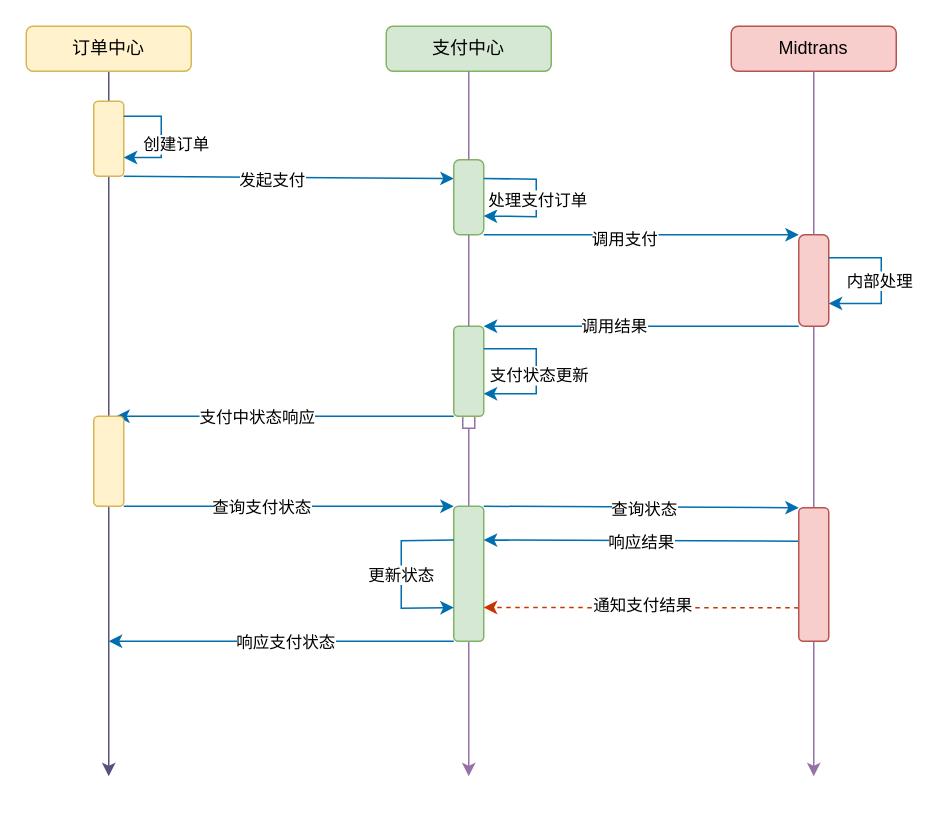
Before: test.drawio in chenjia1949/book, a draw.io diagram. Source tidied: cells renumbered, new cells numbered last; positions are measured from the earlier drawing's top-left corner, leaving out a move shared by most shapes. Both pictures are drawn from the tidied source at 150%, with x=0, y=0 at pixel (26, 26).
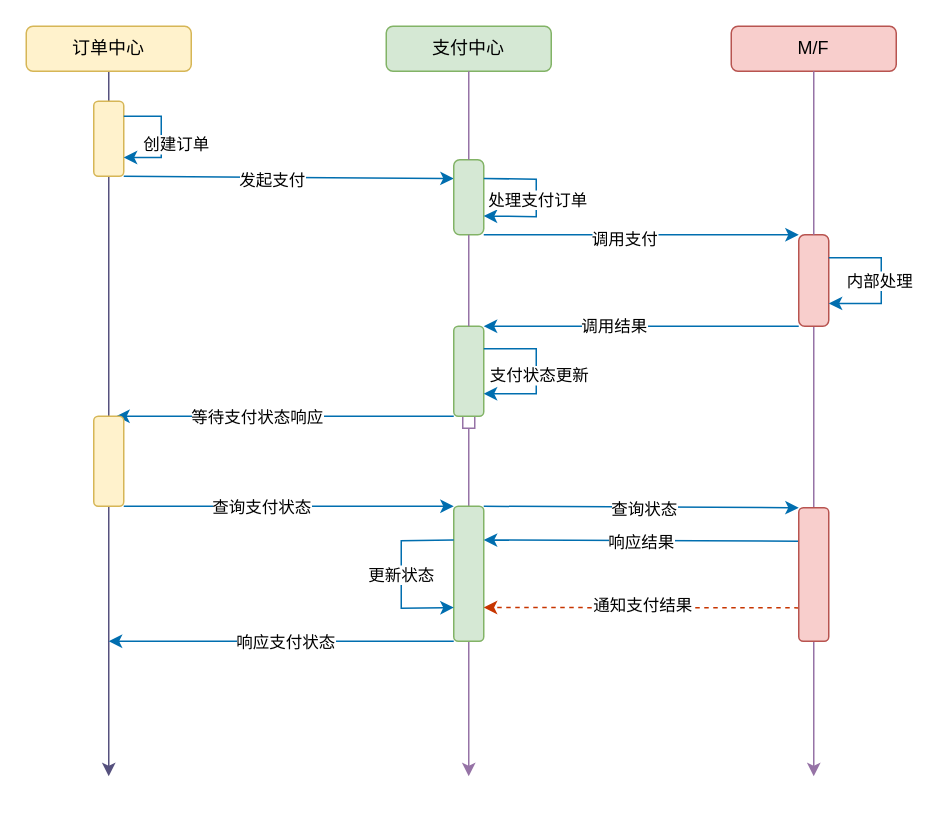
After the change.

Unchanged cells that the change refers to:
```xml
<mxCell id="22" style="edgeStyle=elbowEdgeStyle;rounded=0;jettySize=auto;html=1;exitX=0;exitY=1;exitDx=0;exitDy=0;entryX=0.75;entryY=0;entryDx=0;entryDy=0;fillColor=#1ba1e2;strokeColor=#006EAF;" parent="1" edge="1" source="24" target="32">
  <mxGeometry relative="1" as="geometry">
    <Array as="points">
      <mxPoint x="200" y="260" />
    </Array>
  </mxGeometry>
</mxCell>
```

Change to the diagram source:
```diff
@@
-    <mxCell id="8" value="Midtrans" style="rounded=1;whiteSpace=wrap;html=1;glass=0;fillColor=#f8cecc;strokeColor=#b85450;" parent="1" vertex="1">
+    <mxCell id="8" value="M/F" style="rounded=1;whiteSpace=wrap;html=1;glass=0;fillColor=#f8cecc;strokeColor=#b85450;" parent="1" vertex="1">
       <mxGeometry x="470" width="110" height="30" as="geometry" />
     </mxCell>
@@
-    <mxCell id="23" value="支付中状态响应" style="edgeLabel;html=1;align=center;verticalAlign=middle;" parent="22" vertex="1">
+    <mxCell id="23" value="等待支付状态响应" style="edgeLabel;html=1;align=center;verticalAlign=middle;" parent="22" vertex="1">
       <mxGeometry x="0.17" relative="1" as="geometry" />
     </mxCell>
```
